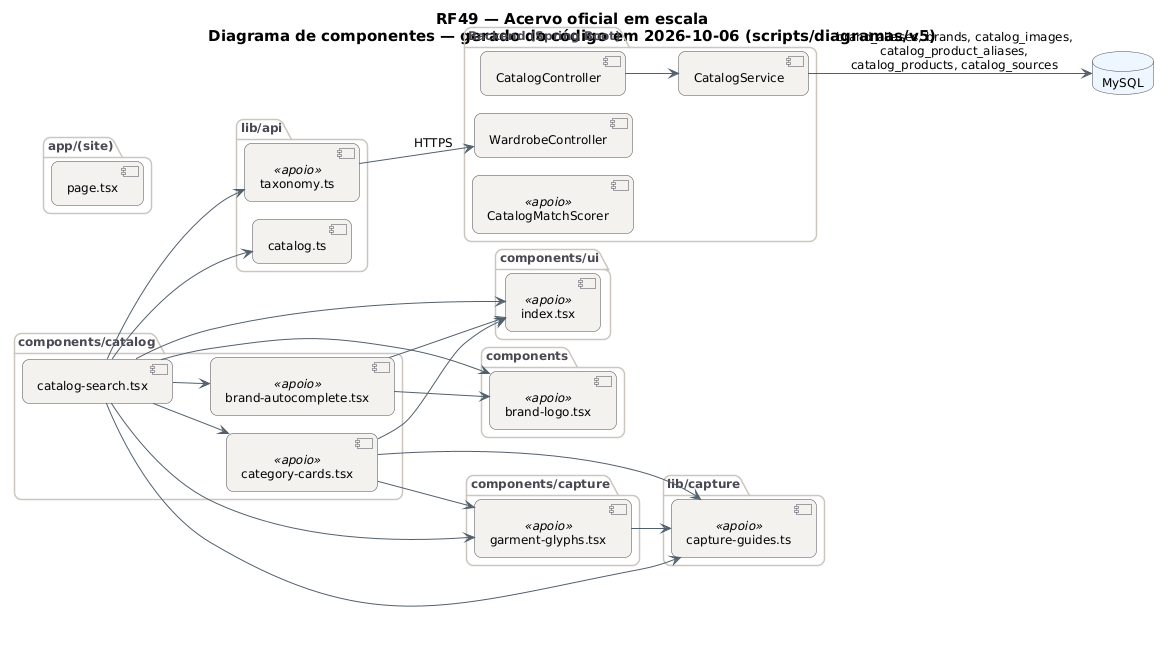
Earlier version of the PlantUML export docs/diagramas/RF49/acervo-oficial/RF49_Componentes.png (MatheusHaliski/tcc-2026-fashion-ai-backend). Its diagram source:
```plantuml
@startuml RF49_Componentes
!pragma layout smetana
skinparam backgroundColor #FFFFFF
skinparam shadowing false
skinparam defaultFontName "DejaVu Sans"
skinparam defaultFontSize 12
skinparam titleFontSize 15
skinparam roundcorner 14
skinparam ArrowColor #52606D
skinparam note {
  BackgroundColor #FFFDEB
  BorderColor #D8CE78
  FontColor #554F24
}
skinparam component {
  BackgroundColor #F4F2EF
  BorderColor #4A4852
}
skinparam package {
  BorderColor #CBC6BE
  FontColor #4A4852
}
skinparam database {
  BackgroundColor #EEF6FF
  BorderColor #4A4852
}
skinparam cloud {
  BackgroundColor #F0FBF6
  BorderColor #4A4852
}
left to right direction
title RF49 — Acervo oficial em escala\nDiagrama de componentes — gerado do código em 2026-10-06 (scripts/diagramas/v5)

package "app/(site)" {
  component "page.tsx" as m_app__site__page_tsx
}
package "components/catalog" {
  component "catalog-search.tsx" as m_components_catalog_catalog_search_tsx
  component "brand-autocomplete.tsx" as m_components_catalog_brand_autocomplete_tsx <<apoio>>
  component "category-cards.tsx" as m_components_catalog_category_cards_tsx <<apoio>>
}
package "lib/api" {
  component "catalog.ts" as m_lib_api_catalog_ts
  component "taxonomy.ts" as m_lib_api_taxonomy_ts <<apoio>>
}
package "components" {
  component "brand-logo.tsx" as m_components_brand_logo_tsx <<apoio>>
}
package "components/capture" {
  component "garment-glyphs.tsx" as m_components_capture_garment_glyphs_tsx <<apoio>>
}
package "components/ui" {
  component "index.tsx" as m_components_ui_index_tsx <<apoio>>
}
package "lib/capture" {
  component "capture-guides.ts" as m_lib_capture_capture_guides_ts <<apoio>>
}
package "Backend (Spring Boot)" {
  component "CatalogController" as CatalogController
  component "WardrobeController" as WardrobeController
  component "CatalogMatchScorer" as CatalogMatchScorer <<apoio>>
  component "CatalogService" as CatalogService
}
database "MySQL" as DB_MySQL
CatalogController --> CatalogService
CatalogService --> DB_MySQL : brand_aliases, brands, catalog_images,\ncatalog_product_aliases,\ncatalog_products, catalog_sources
m_components_capture_garment_glyphs_tsx --> m_lib_capture_capture_guides_ts
m_components_catalog_brand_autocomplete_tsx --> m_components_brand_logo_tsx
m_components_catalog_brand_autocomplete_tsx --> m_components_ui_index_tsx
m_components_catalog_catalog_search_tsx --> m_components_brand_logo_tsx
m_components_catalog_catalog_search_tsx --> m_components_capture_garment_glyphs_tsx
m_components_catalog_catalog_search_tsx --> m_components_catalog_brand_autocomplete_tsx
m_components_catalog_catalog_search_tsx --> m_components_catalog_category_cards_tsx
m_components_catalog_catalog_search_tsx --> m_components_ui_index_tsx
m_components_catalog_catalog_search_tsx --> m_lib_api_catalog_ts
m_components_catalog_catalog_search_tsx --> m_lib_api_taxonomy_ts
m_components_catalog_catalog_search_tsx --> m_lib_capture_capture_guides_ts
m_components_catalog_category_cards_tsx --> m_components_capture_garment_glyphs_tsx
m_components_catalog_category_cards_tsx --> m_components_ui_index_tsx
m_components_catalog_category_cards_tsx --> m_lib_capture_capture_guides_ts
m_lib_api_taxonomy_ts --> WardrobeController : HTTPS
@enduml
```
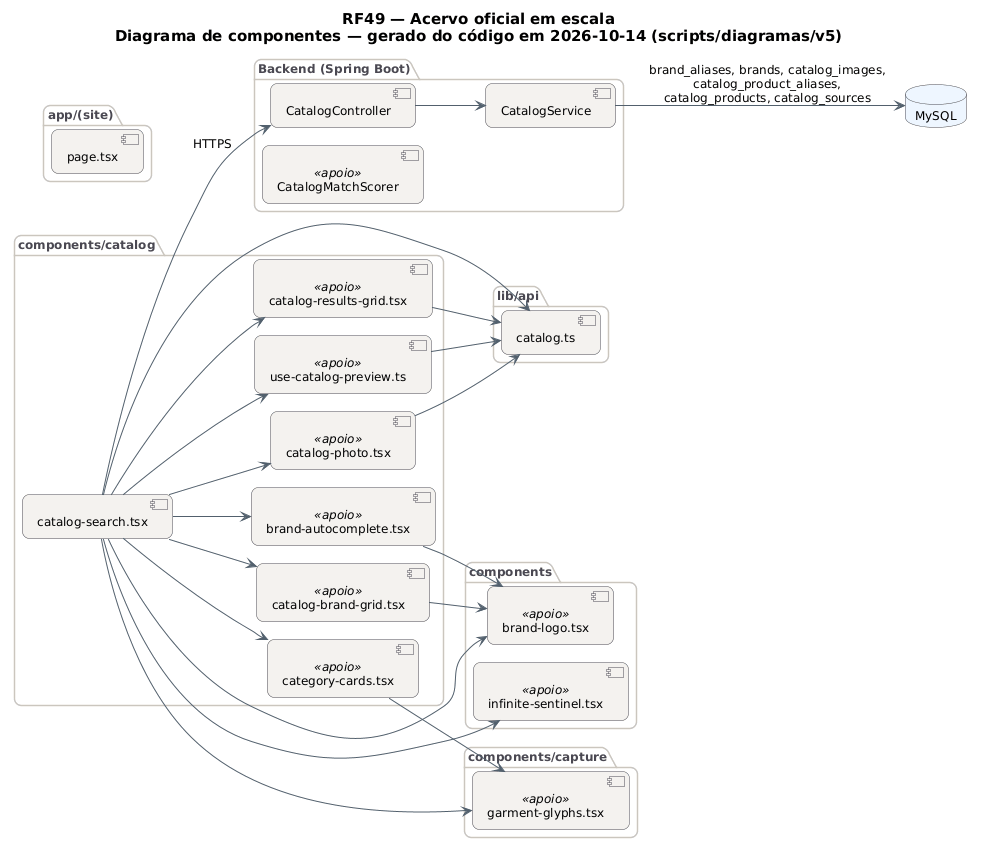
The same diagram one commit later.

What changed in the source:
```diff
@@ -29,7 +29,7 @@
   BorderColor #4A4852
 }
 left to right direction
-title RF49 — Acervo oficial em escala\nDiagrama de componentes — gerado do código em 2026-10-06 (scripts/diagramas/v5)
+title RF49 — Acervo oficial em escala\nDiagrama de componentes — gerado do código em 2026-10-14 (scripts/diagramas/v5)
 
 package "app/(site)" {
   component "page.tsx" as m_app__site__page_tsx
@@ -37,46 +37,45 @@
 package "components/catalog" {
   component "catalog-search.tsx" as m_components_catalog_catalog_search_tsx
   component "brand-autocomplete.tsx" as m_components_catalog_brand_autocomplete_tsx <<apoio>>
+  component "catalog-brand-grid.tsx" as m_components_catalog_catalog_brand_grid_tsx <<apoio>>
+  component "catalog-photo.tsx" as m_components_catalog_catalog_photo_tsx <<apoio>>
+  component "catalog-results-grid.tsx" as m_components_catalog_catalog_results_grid_tsx <<apoio>>
   component "category-cards.tsx" as m_components_catalog_category_cards_tsx <<apoio>>
+  component "use-catalog-preview.ts" as m_components_catalog_use_catalog_preview_ts <<apoio>>
 }
 package "lib/api" {
   component "catalog.ts" as m_lib_api_catalog_ts
-  component "taxonomy.ts" as m_lib_api_taxonomy_ts <<apoio>>
 }
 package "components" {
   component "brand-logo.tsx" as m_components_brand_logo_tsx <<apoio>>
+  component "infinite-sentinel.tsx" as m_components_infinite_sentinel_tsx <<apoio>>
 }
 package "components/capture" {
   component "garment-glyphs.tsx" as m_components_capture_garment_glyphs_tsx <<apoio>>
 }
-package "components/ui" {
-  component "index.tsx" as m_components_ui_index_tsx <<apoio>>
-}
-package "lib/capture" {
-  component "capture-guides.ts" as m_lib_capture_capture_guides_ts <<apoio>>
-}
 package "Backend (Spring Boot)" {
   component "CatalogController" as CatalogController
-  component "WardrobeController" as WardrobeController
   component "CatalogMatchScorer" as CatalogMatchScorer <<apoio>>
   component "CatalogService" as CatalogService
 }
 database "MySQL" as DB_MySQL
 CatalogController --> CatalogService
 CatalogService --> DB_MySQL : brand_aliases, brands, catalog_images,\ncatalog_product_aliases,\ncatalog_products, catalog_sources
-m_components_capture_garment_glyphs_tsx --> m_lib_capture_capture_guides_ts
 m_components_catalog_brand_autocomplete_tsx --> m_components_brand_logo_tsx
-m_components_catalog_brand_autocomplete_tsx --> m_components_ui_index_tsx
+m_components_catalog_catalog_brand_grid_tsx --> m_components_brand_logo_tsx
+m_components_catalog_catalog_photo_tsx --> m_lib_api_catalog_ts
+m_components_catalog_catalog_results_grid_tsx --> m_lib_api_catalog_ts
+m_components_catalog_catalog_search_tsx --> CatalogController : HTTPS
 m_components_catalog_catalog_search_tsx --> m_components_brand_logo_tsx
 m_components_catalog_catalog_search_tsx --> m_components_capture_garment_glyphs_tsx
 m_components_catalog_catalog_search_tsx --> m_components_catalog_brand_autocomplete_tsx
+m_components_catalog_catalog_search_tsx --> m_components_catalog_catalog_brand_grid_tsx
+m_components_catalog_catalog_search_tsx --> m_components_catalog_catalog_photo_tsx
+m_components_catalog_catalog_search_tsx --> m_components_catalog_catalog_results_grid_tsx
 m_components_catalog_catalog_search_tsx --> m_components_catalog_category_cards_tsx
-m_components_catalog_catalog_search_tsx --> m_components_ui_index_tsx
+m_components_catalog_catalog_search_tsx --> m_components_catalog_use_catalog_preview_ts
+m_components_catalog_catalog_search_tsx --> m_components_infinite_sentinel_tsx
 m_components_catalog_catalog_search_tsx --> m_lib_api_catalog_ts
-m_components_catalog_catalog_search_tsx --> m_lib_api_taxonomy_ts
-m_components_catalog_catalog_search_tsx --> m_lib_capture_capture_guides_ts
 m_components_catalog_category_cards_tsx --> m_components_capture_garment_glyphs_tsx
-m_components_catalog_category_cards_tsx --> m_components_ui_index_tsx
-m_components_catalog_category_cards_tsx --> m_lib_capture_capture_guides_ts
-m_lib_api_taxonomy_ts --> WardrobeController : HTTPS
+m_components_catalog_use_catalog_preview_ts --> m_lib_api_catalog_ts
 @enduml
```
